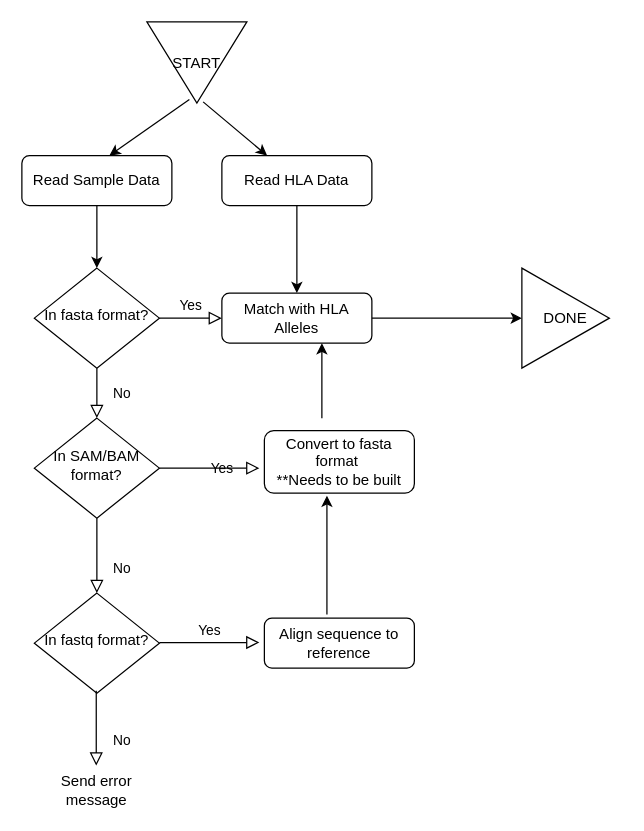
Earlier version of the draw.io diagram Design_Documents/Workflow.drawio (leddavis/HLA_DNA_Typing). Source tidied: cells renumbered, new cells numbered last; positions are measured from the earlier drawing's top-left corner, leaving out a move shared by most shapes. Both pictures are drawn from the tidied source at 125%, with x=0, y=0 at pixel (21, 21).
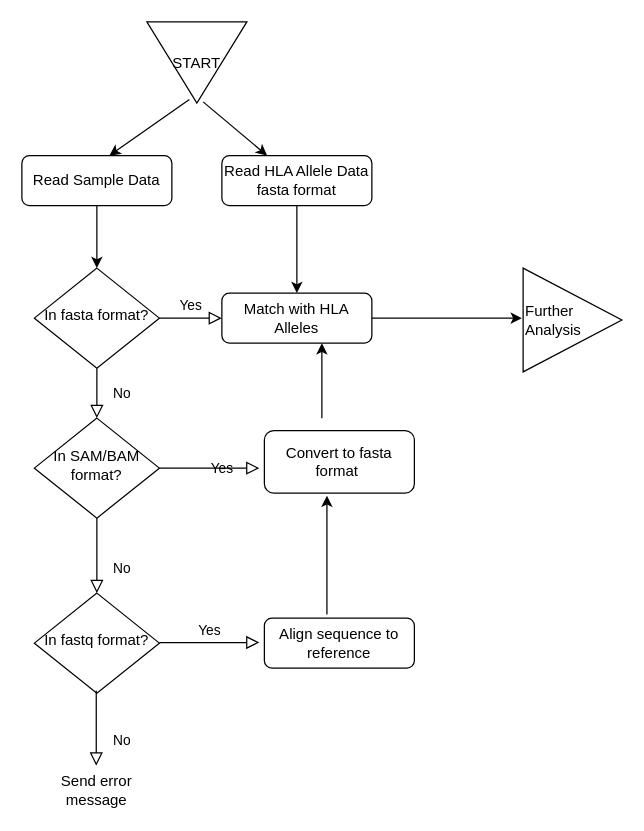
Above is the later version.

Commit message:
Added some file details to workflow

Diff of the diagram source:
```diff
@@
-    <mxCell id="11" value="Read HLA Data" style="rounded=1;whiteSpace=wrap;html=1;fontSize=12;glass=0;strokeWidth=1;shadow=0;" parent="1" vertex="1">
+    <mxCell id="11" value="Read HLA Allele Data&lt;br&gt;fasta format" style="rounded=1;whiteSpace=wrap;html=1;fontSize=12;glass=0;strokeWidth=1;shadow=0;" parent="1" vertex="1">
       <mxGeometry x="160" y="107" width="120" height="40" as="geometry" />
     </mxCell>
@@
-    <mxCell id="13" value="Convert to fasta format&amp;nbsp;&lt;br&gt;**Needs to be built" style="rounded=1;whiteSpace=wrap;html=1;fontSize=12;glass=0;strokeWidth=1;shadow=0;" parent="1" vertex="1">
+    <mxCell id="13" value="Convert to fasta format&amp;nbsp;" style="rounded=1;whiteSpace=wrap;html=1;fontSize=12;glass=0;strokeWidth=1;shadow=0;" parent="1" vertex="1">
       <mxGeometry x="194" y="327" width="120" height="50" as="geometry" />
     </mxCell>
@@
-    <mxCell id="20" value="DONE" style="triangle;whiteSpace=wrap;html=1;" parent="1" vertex="1">
-      <mxGeometry x="400" y="197" width="70" height="80" as="geometry" />
+    <mxCell id="20" value="Further Analysis" style="triangle;whiteSpace=wrap;html=1;align=left;" parent="1" vertex="1">
+      <mxGeometry x="401" y="197" width="79" height="83" as="geometry" />
     </mxCell>
```
